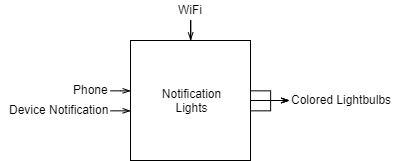
This is BlockDiagrams/notif.png from Zircon332/LogicGates, a draw.io export, as it was before one commit. Source tidied: cells renumbered, new cells last; positions are measured from the earlier drawing's top-left corner, leaving out a move shared by most shapes. Its diagram source:
```xml
<mxGraphModel>
  <root>
    <mxCell id="0" />
    <mxCell id="1" parent="0" />
    <mxCell id="2" value="Notification&lt;br&gt;Lights" style="rounded=0;whiteSpace=wrap;html=1;align=center;" parent="1" vertex="1">
      <mxGeometry x="130" y="40" width="120" height="120" as="geometry" />
    </mxCell>
    <mxCell id="3" style="edgeStyle=orthogonalEdgeStyle;rounded=0;jettySize=auto;html=1;startArrow=none;startFill=0;endArrow=openThin;endFill=0;" parent="1" edge="1" source="4">
      <mxGeometry relative="1" as="geometry">
        <mxPoint x="130.1" y="90.3" as="targetPoint" />
        <Array as="points">
          <mxPoint x="120" y="90" />
          <mxPoint x="120" y="90" />
        </Array>
      </mxGeometry>
    </mxCell>
    <mxCell id="4" value="Phone" style="text;html=1;points=[];align=right;verticalAlign=top;spacingTop=-4;" parent="1" vertex="1">
      <mxGeometry x="60" y="80" width="50" height="20" as="geometry" />
    </mxCell>
    <mxCell id="5" style="edgeStyle=orthogonalEdgeStyle;rounded=0;jettySize=auto;html=1;startArrow=none;startFill=0;endArrow=openThin;endFill=0;" parent="1" edge="1" source="6">
      <mxGeometry relative="1" as="geometry">
        <mxPoint x="130.1" y="110.3" as="targetPoint" />
        <Array as="points">
          <mxPoint x="90" y="110" />
          <mxPoint x="90" y="110" />
        </Array>
      </mxGeometry>
    </mxCell>
    <mxCell id="6" value="Device Notification" style="text;html=1;points=[];align=right;verticalAlign=top;spacingTop=-4;" parent="1" vertex="1">
      <mxGeometry y="100" width="110" height="20" as="geometry" />
    </mxCell>
    <mxCell id="7" style="edgeStyle=orthogonalEdgeStyle;rounded=0;jettySize=auto;html=1;startArrow=none;startFill=0;endArrow=openThin;endFill=0;" parent="1" edge="1" source="8" target="2">
      <mxGeometry relative="1" as="geometry" />
    </mxCell>
    <mxCell id="8" value="WiFi" style="text;html=1;points=[];align=center;verticalAlign=top;spacingTop=-4;" parent="1" vertex="1">
      <mxGeometry x="170" width="40" height="20" as="geometry" />
    </mxCell>
    <mxCell id="9" style="edgeStyle=orthogonalEdgeStyle;rounded=0;jettySize=auto;html=1;startArrow=none;startFill=0;endArrow=openThin;endFill=0;" parent="1" edge="1" target="10">
      <mxGeometry relative="1" as="geometry">
        <mxPoint x="250" y="100" as="sourcePoint" />
      </mxGeometry>
    </mxCell>
    <mxCell id="10" value="Colored Lightbulbs" style="text;html=1;points=[];align=left;verticalAlign=top;spacingTop=-4;" parent="1" vertex="1">
      <mxGeometry x="289" y="90" width="120" height="20" as="geometry" />
    </mxCell>
    <mxCell id="11" style="edgeStyle=orthogonalEdgeStyle;rounded=0;orthogonalLoop=1;jettySize=auto;html=1;startArrow=none;startFill=0;endArrow=openThin;endFill=0;" parent="1" edge="1">
      <mxGeometry relative="1" as="geometry">
        <mxPoint x="250.1" y="90.3" as="sourcePoint" />
        <mxPoint x="288.8" y="100" as="targetPoint" />
        <Array as="points">
          <mxPoint x="270" y="90" />
          <mxPoint x="270" y="100" />
        </Array>
      </mxGeometry>
    </mxCell>
    <mxCell id="12" style="edgeStyle=orthogonalEdgeStyle;rounded=0;orthogonalLoop=1;jettySize=auto;html=1;startArrow=none;startFill=0;endArrow=openThin;endFill=0;" parent="1" edge="1">
      <mxGeometry relative="1" as="geometry">
        <mxPoint x="250.1" y="110.3" as="sourcePoint" />
        <mxPoint x="288.8" y="100" as="targetPoint" />
        <Array as="points">
          <mxPoint x="270" y="110" />
          <mxPoint x="270" y="100" />
        </Array>
      </mxGeometry>
    </mxCell>
  </root>
</mxGraphModel>
```
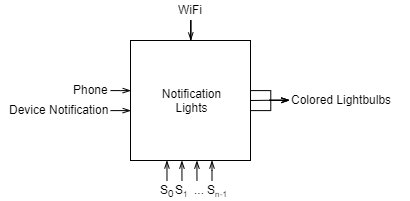
After the commit.

Commit message:
update block diagrams

Change to the diagram source:
```diff
@@ -7,7 +7,7 @@
     </mxCell>
     <mxCell id="3" style="edgeStyle=orthogonalEdgeStyle;rounded=0;jettySize=auto;html=1;startArrow=none;startFill=0;endArrow=openThin;endFill=0;" parent="1" edge="1" source="4">
       <mxGeometry relative="1" as="geometry">
-        <mxPoint x="130.1" y="90.3" as="targetPoint" />
+        <mxPoint x="130.3" y="90.1" as="targetPoint" />
         <Array as="points">
           <mxPoint x="120" y="90" />
           <mxPoint x="120" y="90" />
@@ -19,7 +19,7 @@
     </mxCell>
     <mxCell id="5" style="edgeStyle=orthogonalEdgeStyle;rounded=0;jettySize=auto;html=1;startArrow=none;startFill=0;endArrow=openThin;endFill=0;" parent="1" edge="1" source="6">
       <mxGeometry relative="1" as="geometry">
-        <mxPoint x="130.1" y="110.3" as="targetPoint" />
+        <mxPoint x="130.3" y="110.1" as="targetPoint" />
         <Array as="points">
           <mxPoint x="90" y="110" />
           <mxPoint x="90" y="110" />
@@ -45,8 +45,8 @@
     </mxCell>
     <mxCell id="11" style="edgeStyle=orthogonalEdgeStyle;rounded=0;orthogonalLoop=1;jettySize=auto;html=1;startArrow=none;startFill=0;endArrow=openThin;endFill=0;" parent="1" edge="1">
       <mxGeometry relative="1" as="geometry">
-        <mxPoint x="250.1" y="90.3" as="sourcePoint" />
-        <mxPoint x="288.8" y="100" as="targetPoint" />
+        <mxPoint x="250.3" y="90.1" as="sourcePoint" />
+        <mxPoint x="288.9" y="99.8" as="targetPoint" />
         <Array as="points">
           <mxPoint x="270" y="90" />
           <mxPoint x="270" y="100" />
@@ -55,13 +55,50 @@
     </mxCell>
     <mxCell id="12" style="edgeStyle=orthogonalEdgeStyle;rounded=0;orthogonalLoop=1;jettySize=auto;html=1;startArrow=none;startFill=0;endArrow=openThin;endFill=0;" parent="1" edge="1">
       <mxGeometry relative="1" as="geometry">
-        <mxPoint x="250.1" y="110.3" as="sourcePoint" />
-        <mxPoint x="288.8" y="100" as="targetPoint" />
+        <mxPoint x="250.3" y="110.1" as="sourcePoint" />
+        <mxPoint x="288.9" y="99.8" as="targetPoint" />
         <Array as="points">
           <mxPoint x="270" y="110" />
           <mxPoint x="270" y="100" />
         </Array>
       </mxGeometry>
     </mxCell>
+    <mxCell id="13" style="edgeStyle=none;rounded=0;jettySize=auto;html=1;endArrow=openThin;endFill=0;entryX=0.187;entryY=1;entryDx=0;entryDy=0;entryPerimeter=0;" parent="1" edge="1" source="14">
+      <mxGeometry relative="1" as="geometry">
+        <mxPoint x="166.5" y="160" as="targetPoint" />
+      </mxGeometry>
+    </mxCell>
+    <mxCell id="14" value="S&lt;sub&gt;0&lt;/sub&gt;" style="text;html=1;points=[];align=center;verticalAlign=top;spacingTop=-4;" parent="1" vertex="1">
+      <mxGeometry x="151.5" y="180" width="30" height="20" as="geometry" />
+    </mxCell>
+    <mxCell id="15" style="edgeStyle=none;rounded=0;jettySize=auto;html=1;endArrow=openThin;endFill=0;entryX=0.374;entryY=1.001;entryDx=0;entryDy=0;entryPerimeter=0;" parent="1" edge="1" source="16">
+      <mxGeometry relative="1" as="geometry">
+        <mxPoint x="181.4" y="160.1" as="targetPoint" />
+      </mxGeometry>
+    </mxCell>
+    <mxCell id="16" value="S&lt;span style=&quot;font-size: 10px&quot;&gt;&lt;sub&gt;1&lt;/sub&gt;&lt;/span&gt;" style="text;html=1;points=[];align=center;verticalAlign=top;spacingTop=-4;" parent="1" vertex="1">
+      <mxGeometry x="166.5" y="180" width="30" height="20" as="geometry" />
+    </mxCell>
+    <mxCell id="17" style="edgeStyle=none;rounded=0;orthogonalLoop=1;jettySize=auto;html=1;endArrow=openThin;endFill=0;" parent="1" edge="1">
+      <mxGeometry relative="1" as="geometry">
+        <mxPoint x="211.5" y="180" as="sourcePoint" />
+        <mxPoint x="211.5" y="160" as="targetPoint" />
+        <Array as="points">
+          <mxPoint x="211.5" y="170" />
+        </Array>
+      </mxGeometry>
+    </mxCell>
+    <mxCell id="18" value="S&lt;span style=&quot;font-size: 10px&quot;&gt;&lt;sub&gt;n-1&lt;/sub&gt;&lt;/span&gt;" style="text;html=1;align=center;verticalAlign=top;spacingTop=-4;" parent="1" vertex="1">
+      <mxGeometry x="196.5" y="180" width="40" height="20" as="geometry" />
+    </mxCell>
+    <mxCell id="19" value="..." style="text;html=1;align=left;verticalAlign=top;spacingTop=-4;" parent="1" vertex="1">
+      <mxGeometry x="191.5" y="180" width="30" height="20" as="geometry" />
+    </mxCell>
+    <mxCell id="20" style="edgeStyle=none;rounded=0;orthogonalLoop=1;jettySize=auto;html=1;endArrow=openThin;endFill=0;entryX=0.374;entryY=1.001;entryDx=0;entryDy=0;entryPerimeter=0;" parent="1" edge="1">
+      <mxGeometry relative="1" as="geometry">
+        <mxPoint x="196.5" y="180" as="sourcePoint" />
+        <mxPoint x="196.4" y="160.1" as="targetPoint" />
+      </mxGeometry>
+    </mxCell>
   </root>
 </mxGraphModel>
```
